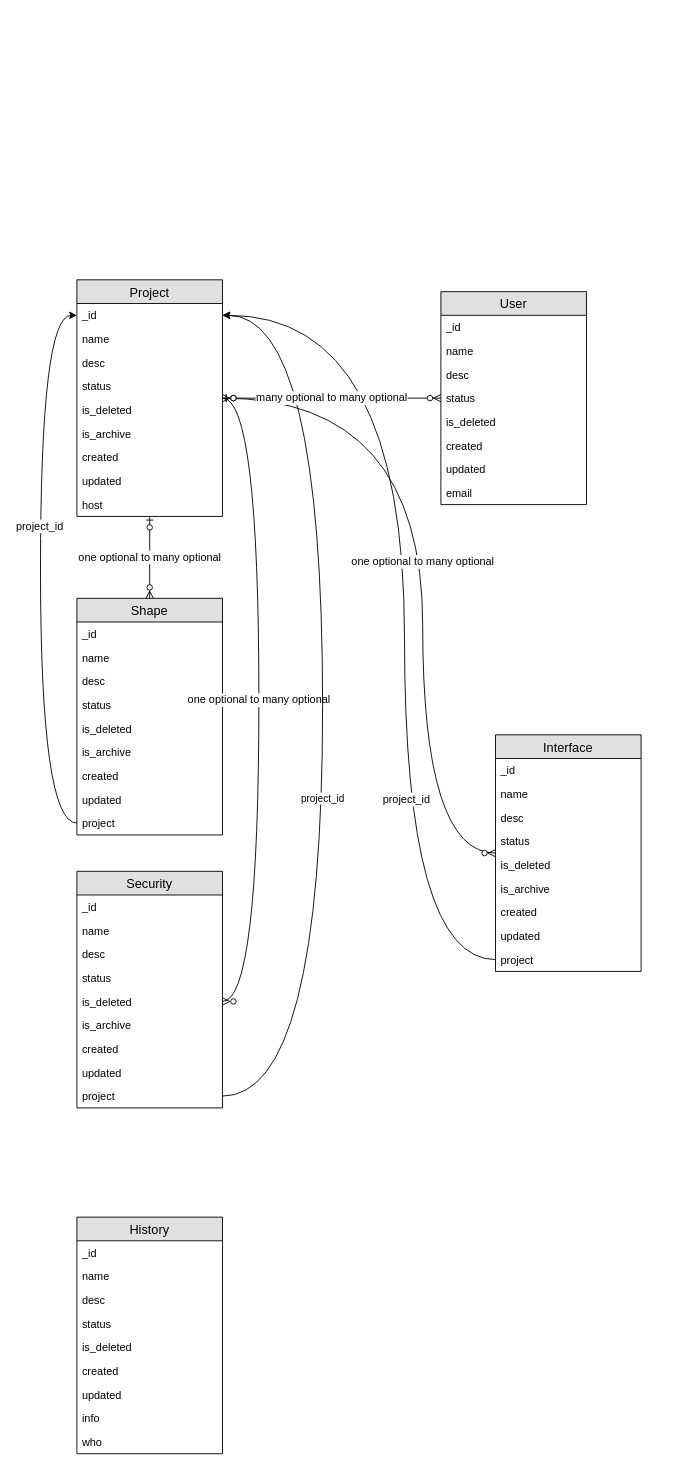
The draw.io diagram apiplatform/apischema.drawio in 0851/draw, before the edit. Source tidied: cells renumbered, new cells numbered last; positions are measured from the earlier drawing's top-left corner, leaving out a move shared by most shapes. Both pictures are drawn from the tidied source at 91%, with x=0, y=0 at pixel (40, 279).
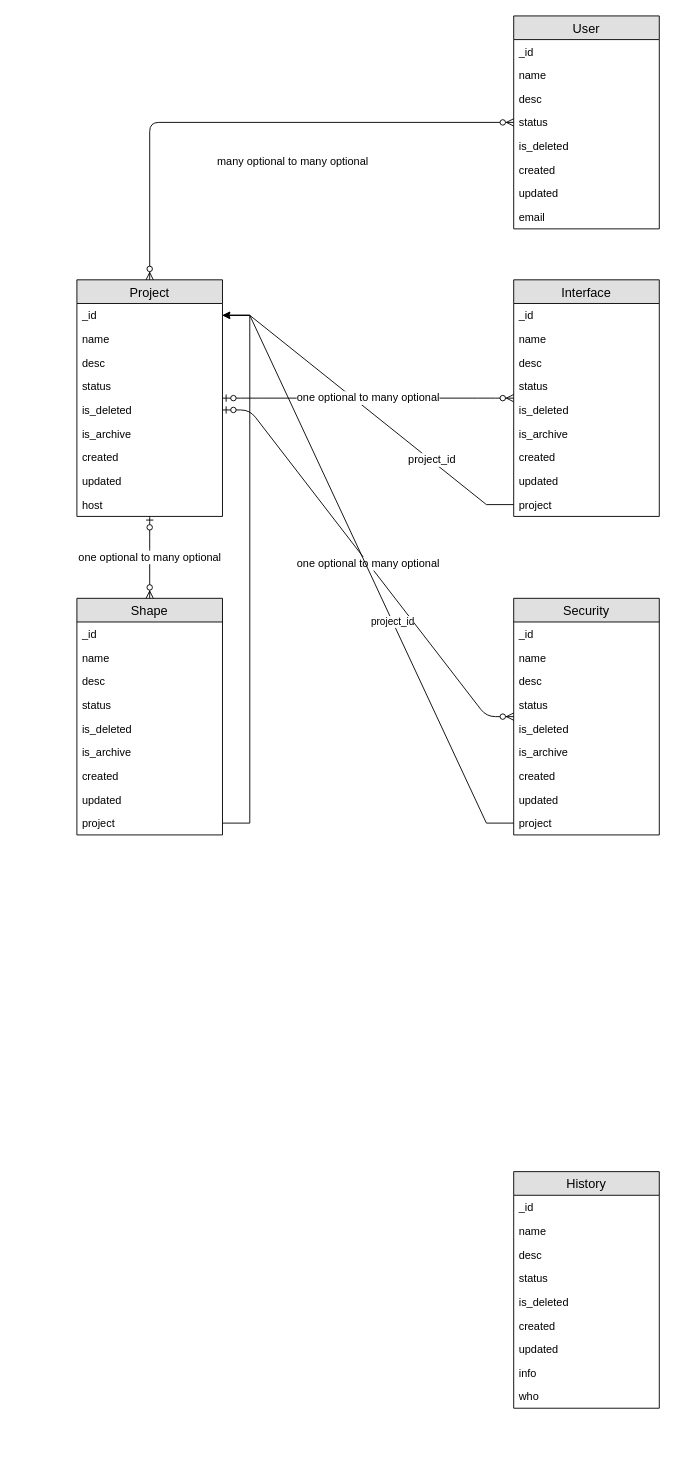
After the change.

Unchanged cells that the change refers to:
```xml
<mxCell id="21" value="project" style="text;strokeColor=none;fillColor=none;spacingLeft=4;spacingRight=4;overflow=hidden;points=[[0,0.5],[1,0.5]];portConstraint=eastwest;fontSize=12;" parent="12" vertex="1">
  <mxGeometry y="234" width="160" height="26" as="geometry" />
</mxCell>
<mxCell id="31" value="project" style="text;strokeColor=none;fillColor=none;spacingLeft=4;spacingRight=4;overflow=hidden;points=[[0,0.5],[1,0.5]];portConstraint=eastwest;fontSize=12;" parent="22" vertex="1">
  <mxGeometry y="234" width="160" height="26" as="geometry" />
</mxCell>
<mxCell id="32" value="Project" style="swimlane;fontStyle=0;horizontal=1;startSize=26;fillColor=#e0e0e0;swimlaneFillColor=#ffffff;align=center;fontSize=14;" parent="1" vertex="1">
  <mxGeometry x="40" width="160" height="260" as="geometry" />
</mxCell>
<mxCell id="33" value="_id" style="text;strokeColor=none;fillColor=none;spacingLeft=4;spacingRight=4;overflow=hidden;points=[[0,0.5],[1,0.5]];portConstraint=eastwest;fontSize=12;" parent="32" vertex="1">
  <mxGeometry y="26" width="160" height="26" as="geometry" />
</mxCell>
<mxCell id="37" value="is_deleted" style="text;strokeColor=none;fillColor=none;spacingLeft=4;spacingRight=4;overflow=hidden;points=[[0,0.5],[1,0.5]];portConstraint=eastwest;fontSize=12;" parent="32" vertex="1">
  <mxGeometry y="130" width="160" height="26" as="geometry" />
</mxCell>
<mxCell id="47" value="is_deleted" style="text;strokeColor=none;fillColor=none;spacingLeft=4;spacingRight=4;overflow=hidden;points=[[0,0.5],[1,0.5]];portConstraint=eastwest;fontSize=12;" parent="42" vertex="1">
  <mxGeometry y="130" width="160" height="26" as="geometry" />
</mxCell>
<mxCell id="51" value="project" style="text;strokeColor=none;fillColor=none;spacingLeft=4;spacingRight=4;overflow=hidden;points=[[0,0.5],[1,0.5]];portConstraint=eastwest;fontSize=12;" parent="42" vertex="1">
  <mxGeometry y="234" width="160" height="26" as="geometry" />
</mxCell>
```

What changed in the source:
```diff
@@
     <mxCell id="2" value="History" style="swimlane;fontStyle=0;horizontal=1;startSize=26;fillColor=#e0e0e0;swimlaneFillColor=#ffffff;align=center;fontSize=14;" parent="1" vertex="1">
-      <mxGeometry x="40" y="1030" width="160" height="260" as="geometry" />
+      <mxGeometry x="520" y="980" width="160" height="260" as="geometry" />
     </mxCell>
@@
     <mxCell id="12" value="Interface" style="swimlane;fontStyle=0;horizontal=1;startSize=26;fillColor=#e0e0e0;swimlaneFillColor=#ffffff;align=center;fontSize=14;" parent="1" vertex="1">
-      <mxGeometry x="500" y="500" width="160" height="260" as="geometry" />
+      <mxGeometry x="520" width="160" height="260" as="geometry" />
     </mxCell>
@@
     <mxCell id="42" value="Security" style="swimlane;fontStyle=0;horizontal=1;startSize=26;fillColor=#e0e0e0;swimlaneFillColor=#ffffff;align=center;fontSize=14;" parent="1" vertex="1">
-      <mxGeometry x="40" y="650" width="160" height="260" as="geometry" />
+      <mxGeometry x="520" y="350" width="160" height="260" as="geometry" />
     </mxCell>
@@
     <mxCell id="52" value="User" style="swimlane;fontStyle=0;horizontal=1;startSize=26;fillColor=#e0e0e0;swimlaneFillColor=#ffffff;align=center;fontSize=14;" parent="1" vertex="1">
-      <mxGeometry x="440" y="13" width="160" height="234" as="geometry" />
+      <mxGeometry x="520" y="-290" width="160" height="234" as="geometry" />
     </mxCell>
@@
-    <mxCell id="61" style="edgeStyle=orthogonalEdgeStyle;rounded=0;jettySize=auto;html=1;exitX=0;exitY=0.5;exitDx=0;exitDy=0;curved=1;" parent="1" edge="1" source="31" target="33">
-      <mxGeometry relative="1" as="geometry">
-        <Array as="points">
-          <mxPoint y="597" />
-          <mxPoint y="39" />
-        </Array>
-      </mxGeometry>
-    </mxCell>
-    <mxCell id="62" value="project_id" style="text;html=1;align=center;verticalAlign=middle;labelBackgroundColor=#ffffff;" parent="61" vertex="1">
-      <mxGeometry x="0.15" y="2" relative="1" as="geometry" />
-    </mxCell>
-    <mxCell id="63" style="rounded=0;jettySize=auto;html=1;exitX=0;exitY=0.5;exitDx=0;exitDy=0;edgeStyle=orthogonalEdgeStyle;curved=1;" parent="1" edge="1" source="21">
-      <mxGeometry relative="1" as="geometry">
-        <mxPoint x="200" y="39" as="targetPoint" />
-        <Array as="points">
-          <mxPoint x="400" y="747" />
-          <mxPoint x="400" y="39" />
-        </Array>
-      </mxGeometry>
+    <mxCell id="63" style="rounded=0;jettySize=auto;html=1;edgeStyle=entityRelationEdgeStyle;" parent="1" edge="1" source="21" target="33">
+      <mxGeometry relative="1" as="geometry" />
     </mxCell>
@@
-    <mxCell id="65" value="one optional to many optional" style="edgeStyle=orthogonalEdgeStyle;fontSize=12;html=1;endArrow=ERzeroToMany;startArrow=ERzeroToOne;curved=1;" parent="1" edge="1" source="32" target="12">
-      <mxGeometry relative="1" as="geometry">
-        <Array as="points">
-          <mxPoint x="420" y="130" />
-          <mxPoint x="420" y="630" />
-        </Array>
-      </mxGeometry>
+    <mxCell id="65" value="one optional to many optional" style="edgeStyle=entityRelationEdgeStyle;fontSize=12;html=1;endArrow=ERzeroToMany;startArrow=ERzeroToOne;" parent="1" edge="1" source="32" target="12">
+      <mxGeometry relative="1" as="geometry" />
     </mxCell>
@@
-    <mxCell id="67" value="one optional to many optional" style="edgeStyle=orthogonalEdgeStyle;fontSize=12;html=1;endArrow=ERzeroToMany;startArrow=ERzeroToOne;curved=1;" parent="1" edge="1" source="32" target="47">
-      <mxGeometry relative="1" as="geometry">
-        <Array as="points">
-          <mxPoint x="240" y="130" />
-          <mxPoint x="240" y="793" />
-        </Array>
-      </mxGeometry>
+    <mxCell id="67" value="one optional to many optional" style="edgeStyle=entityRelationEdgeStyle;fontSize=12;html=1;endArrow=ERzeroToMany;startArrow=ERzeroToOne;exitX=1;exitY=0.5;exitDx=0;exitDy=0;" parent="1" edge="1" source="37" target="42">
+      <mxGeometry relative="1" as="geometry" />
     </mxCell>
-    <mxCell id="68" value="project_id" style="rounded=0;jettySize=auto;html=1;edgeStyle=orthogonalEdgeStyle;elbow=vertical;curved=1;" parent="1" edge="1" source="51" target="33">
-      <mxGeometry x="-0.19" relative="1" as="geometry">
-        <Array as="points">
-          <mxPoint x="310" y="897" />
-          <mxPoint x="310" y="39" />
-        </Array>
-      </mxGeometry>
+    <mxCell id="68" value="project_id" style="rounded=0;jettySize=auto;html=1;edgeStyle=entityRelationEdgeStyle;elbow=vertical;" parent="1" edge="1" source="51" target="33">
+      <mxGeometry x="-0.19" relative="1" as="geometry" />
     </mxCell>
-    <mxCell id="69" value="many optional to many optional" style="edgeStyle=orthogonalEdgeStyle;fontSize=12;html=1;endArrow=ERzeroToMany;startArrow=ERzeroToMany;curved=1;endFill=1;" parent="1" edge="1" source="32" target="52">
-      <mxGeometry relative="1" as="geometry">
-        <Array as="points">
-          <mxPoint x="330" y="130" />
-          <mxPoint x="330" y="130" />
-        </Array>
+    <mxCell id="69" value="many optional to many optional" style="fontSize=12;html=1;endArrow=ERzeroToMany;startArrow=ERzeroToMany;endFill=1;entryX=0.5;entryY=0;entryDx=0;entryDy=0;edgeStyle=orthogonalEdgeStyle;" parent="1" edge="1" source="52" target="32">
+      <mxGeometry x="-0.15" y="43" relative="1" as="geometry">
+        <mxPoint x="1" as="offset" />
       </mxGeometry>
     </mxCell>
+    <mxCell id="61" style="edgeStyle=entityRelationEdgeStyle;rounded=0;jettySize=auto;html=1;endArrow=classicThin;endFill=1;" parent="1" edge="1" source="31" target="33">
+      <mxGeometry relative="1" as="geometry" />
+    </mxCell>
```
